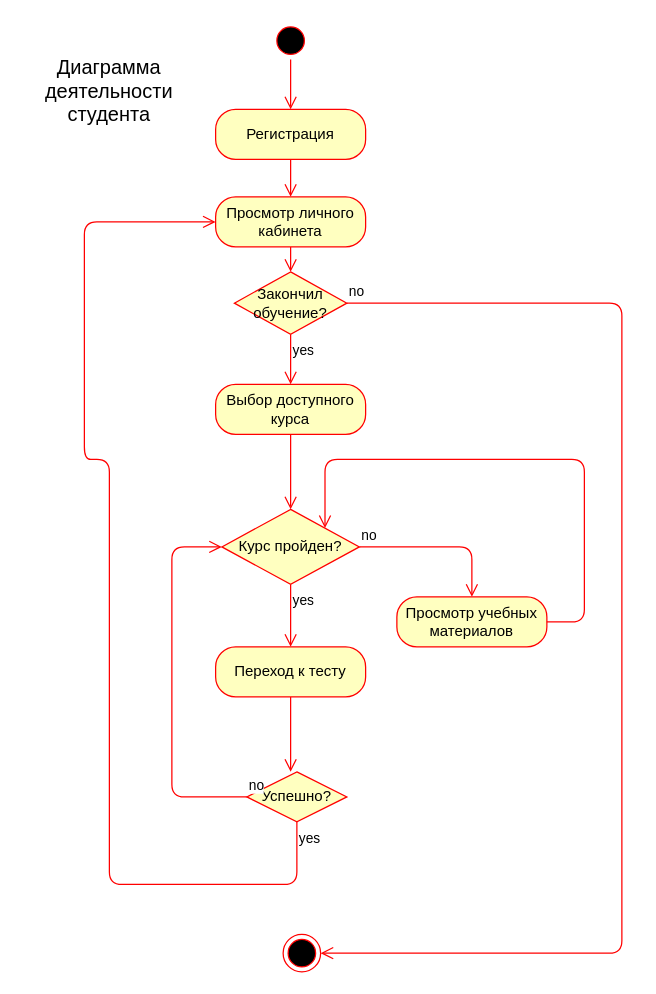
FaridunSalimzoda/myvkr keeps this draw.io diagram as page "Activity - student" (2 of 10) of UML.drawio. Above is the earlier version. Source tidied: cells renumbered, new cells numbered last; positions are measured from the earlier drawing's top-left corner, leaving out a move shared by most shapes. Both pictures are drawn from the tidied source at 125%, with x=0, y=0 at pixel (21, 21).
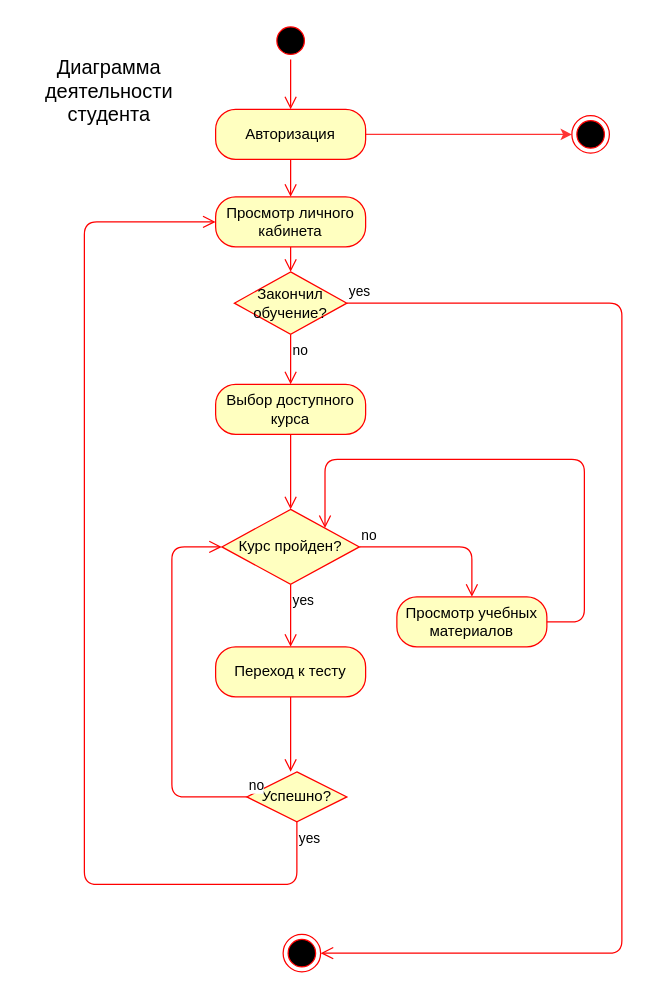
After the change.

Unchanged cells that the change refers to:
```xml
<mxCell id="6" value="Просмотр личного кабинета" style="rounded=1;whiteSpace=wrap;html=1;arcSize=40;fontColor=#000000;fillColor=#ffffc0;strokeColor=#ff0000;" parent="1" vertex="1">
  <mxGeometry x="155" y="140" width="120" height="40" as="geometry" />
</mxCell>
<mxCell id="8" value="Выбор доступного курса" style="rounded=1;whiteSpace=wrap;html=1;arcSize=40;fontColor=#000000;fillColor=#ffffc0;strokeColor=#ff0000;" parent="1" vertex="1">
  <mxGeometry x="155" y="290" width="120" height="40" as="geometry" />
</mxCell>
<mxCell id="17" value="Успешно?" style="rhombus;whiteSpace=wrap;html=1;fillColor=#ffffc0;strokeColor=#ff0000;" parent="1" vertex="1">
  <mxGeometry x="180" y="600" width="80" height="40" as="geometry" />
</mxCell>
<mxCell id="21" style="ellipse;html=1;shape=endState;fillColor=#000000;strokeColor=#ff0000;" parent="1" vertex="1">
  <mxGeometry x="209" y="730" width="30" height="30" as="geometry" />
</mxCell>
<mxCell id="22" value="Закончил обучение?" style="rhombus;whiteSpace=wrap;html=1;fillColor=#ffffc0;strokeColor=#ff0000;" parent="1" vertex="1">
  <mxGeometry x="170" y="200" width="90" height="50" as="geometry" />
</mxCell>
```

Diff of the diagram source:
```diff
@@
+    <mxCell id="25" style="edgeStyle=orthogonalEdgeStyle;rounded=0;jettySize=auto;html=1;exitX=1;exitY=0.5;exitDx=0;exitDy=0;strokeColor=#FF3333;" parent="1" edge="1" source="4">
+      <mxGeometry relative="1" as="geometry">
+        <mxPoint x="440" y="90" as="targetPoint" />
+      </mxGeometry>
+    </mxCell>
-    <mxCell id="4" value="Регистрация" style="rounded=1;whiteSpace=wrap;html=1;arcSize=40;fontColor=#000000;fillColor=#ffffc0;strokeColor=#ff0000;" parent="1" vertex="1">
+    <mxCell id="4" value="Авторизация" style="rounded=1;whiteSpace=wrap;html=1;arcSize=40;fontColor=#000000;fillColor=#ffffc0;strokeColor=#ff0000;" parent="1" vertex="1">
       <mxGeometry x="155" y="70" width="120" height="40" as="geometry" />
     </mxCell>
@@
     <mxCell id="19" value="yes" style="edgeStyle=orthogonalEdgeStyle;html=1;align=left;verticalAlign=top;endArrow=open;endSize=8;strokeColor=#ff0000;exitX=0.5;exitY=1;exitDx=0;exitDy=0;entryX=0;entryY=0.5;entryDx=0;entryDy=0;" parent="1" edge="1" source="17" target="6">
       <mxGeometry x="-1" relative="1" as="geometry">
         <Array as="points">
           <mxPoint x="220" y="690" />
-          <mxPoint x="70" y="690" />
-          <mxPoint x="70" y="350" />
-          <mxPoint x="50" y="350" />
+          <mxPoint x="50" y="690" />
           <mxPoint x="50" y="160" />
         </Array>
       </mxGeometry>
     </mxCell>
@@
-    <mxCell id="23" value="no" style="edgeStyle=orthogonalEdgeStyle;html=1;align=left;verticalAlign=bottom;endArrow=open;endSize=8;strokeColor=#ff0000;entryX=1;entryY=0.5;entryDx=0;entryDy=0;" parent="1" edge="1" source="22" target="21">
+    <mxCell id="23" value="yes" style="edgeStyle=orthogonalEdgeStyle;html=1;align=left;verticalAlign=bottom;endArrow=open;endSize=8;strokeColor=#ff0000;entryX=1;entryY=0.5;entryDx=0;entryDy=0;" parent="1" edge="1" source="22" target="21">
       <mxGeometry x="-1" relative="1" as="geometry">
         <Array as="points">
           <mxPoint x="480" y="225" />
           <mxPoint x="480" y="745" />
         </Array>
       </mxGeometry>
     </mxCell>
-    <mxCell id="24" value="yes" style="edgeStyle=orthogonalEdgeStyle;html=1;align=left;verticalAlign=top;endArrow=open;endSize=8;strokeColor=#ff0000;entryX=0.5;entryY=0;entryDx=0;entryDy=0;" parent="1" edge="1" source="22" target="8">
+    <mxCell id="24" value="no" style="edgeStyle=orthogonalEdgeStyle;html=1;align=left;verticalAlign=top;endArrow=open;endSize=8;strokeColor=#ff0000;entryX=0.5;entryY=0;entryDx=0;entryDy=0;" parent="1" edge="1" source="22" target="8">
       <mxGeometry x="-1" relative="1" as="geometry" />
     </mxCell>
+    <mxCell id="26" style="ellipse;html=1;shape=endState;fillColor=#000000;strokeColor=#ff0000;" parent="1" vertex="1">
+      <mxGeometry x="440" y="75" width="30" height="30" as="geometry" />
+    </mxCell>
```
